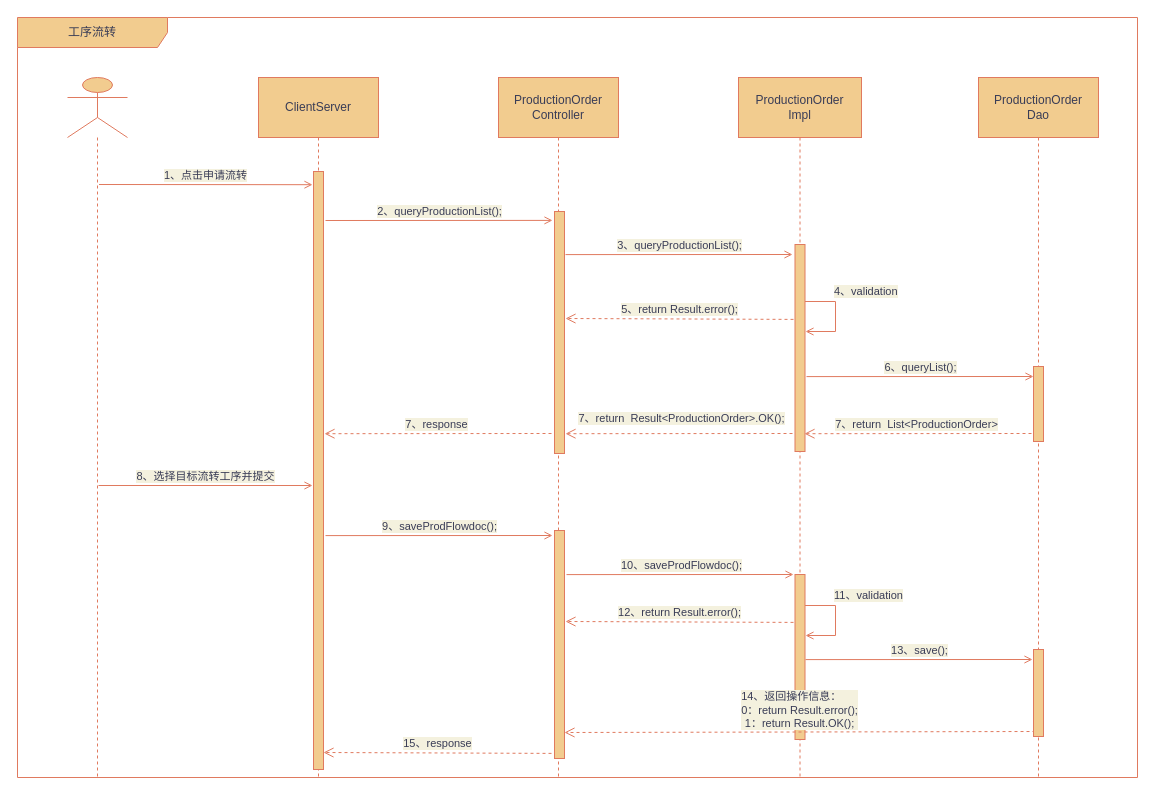
KNAI-I/test keeps this draw.io diagram as page "工序流转" (8 of 9) of 时序图.drawio. Above is the earlier version. Source tidied: cells renumbered, new cells numbered last; positions are measured from the earlier drawing's top-left corner, leaving out a move shared by most shapes. Both pictures are drawn from the tidied source at 100%, with x=0, y=0 at pixel (17, 17).
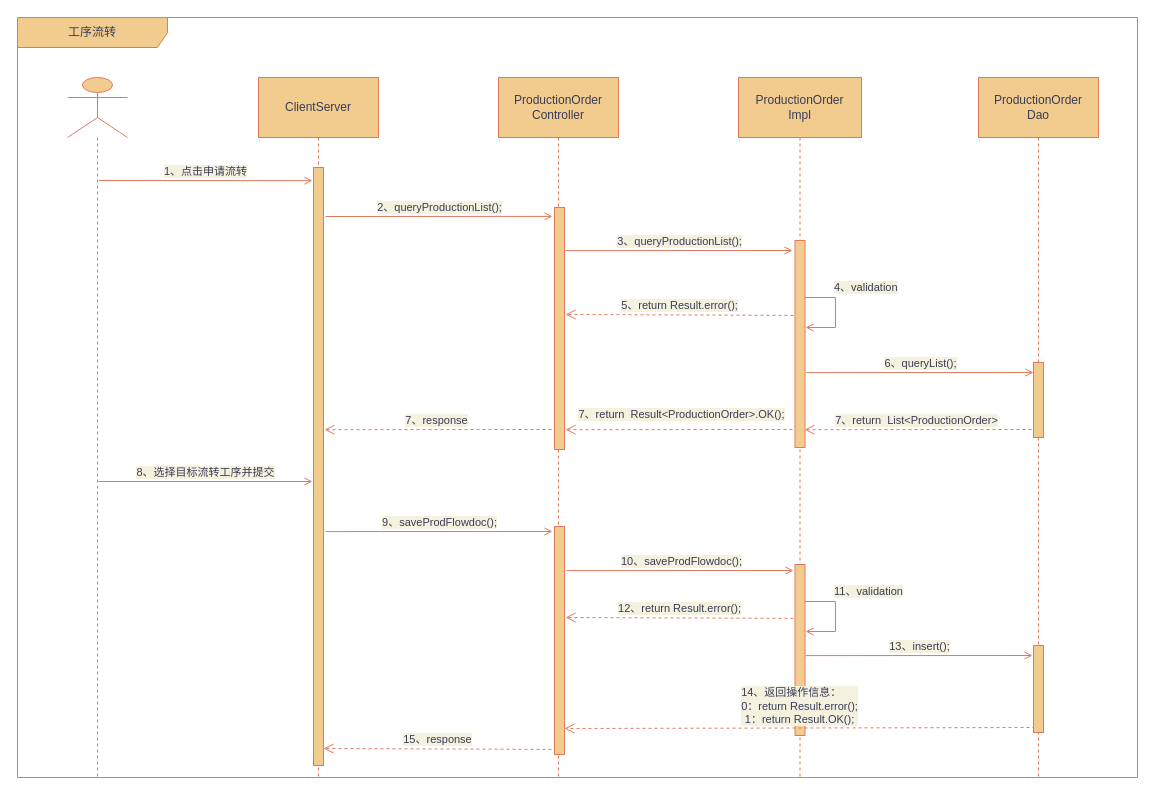
Above is the later version.

The change refers to these unchanged cells:
```xml
<mxCell id="3" value="ClientServer" style="shape=umlLifeline;perimeter=lifelinePerimeter;whiteSpace=wrap;html=1;size=60;fillColor=#F2CC8F;strokeColor=#E07A5F;fontColor=#393C56;" parent="1" vertex="1">
  <mxGeometry x="241" y="60" width="120" height="700" as="geometry" />
</mxCell>
<mxCell id="7" value="ProductionOrder&lt;br&gt;Controller" style="shape=umlLifeline;perimeter=lifelinePerimeter;whiteSpace=wrap;html=1;size=60;fillColor=#F2CC8F;strokeColor=#E07A5F;fontColor=#393C56;" parent="1" vertex="1">
  <mxGeometry x="481" y="60" width="120" height="700" as="geometry" />
</mxCell>
<mxCell id="10" value="ProductionOrder&lt;br&gt;Impl" style="shape=umlLifeline;perimeter=lifelinePerimeter;whiteSpace=wrap;html=1;size=60;fillColor=#F2CC8F;strokeColor=#E07A5F;fontColor=#393C56;" parent="1" vertex="1">
  <mxGeometry x="721" y="60" width="123" height="700" as="geometry" />
</mxCell>
<mxCell id="15" value="ProductionOrder&lt;br&gt;Dao" style="shape=umlLifeline;perimeter=lifelinePerimeter;whiteSpace=wrap;html=1;size=60;fillColor=#F2CC8F;strokeColor=#E07A5F;fontColor=#393C56;" parent="1" vertex="1">
  <mxGeometry x="961" y="60" width="120" height="700" as="geometry" />
</mxCell>
```

The edit, as a diff of the source:
```diff
@@
     <mxCell id="4" style="html=1;perimeter=orthogonalPerimeter;fillColor=#F2CC8F;strokeColor=#E07A5F;fontColor=#393C56;" parent="3" vertex="1">
-      <mxGeometry x="55" y="94" width="10" height="598" as="geometry" />
+      <mxGeometry x="55" y="90" width="10" height="598" as="geometry" />
     </mxCell>
     <mxCell id="5" value="7、response" style="html=1;verticalAlign=bottom;endArrow=open;dashed=1;endSize=8;rounded=0;fontColor=#393C56;strokeColor=#E07A5F;fillColor=#F2CC8F;entryX=0.95;entryY=0.464;entryDx=0;entryDy=0;entryPerimeter=0;labelBackgroundColor=#F4F1DE;" parent="3" edge="1">
       <mxGeometry x="0.01" relative="1" as="geometry">
-        <mxPoint x="293" y="356" as="sourcePoint" />
-        <mxPoint x="66" y="356.2" as="targetPoint" />
+        <mxPoint x="293" y="352" as="sourcePoint" />
+        <mxPoint x="66" y="352.2" as="targetPoint" />
       </mxGeometry>
     </mxCell>
     <mxCell id="6" value="1、点击申请流转" style="html=1;verticalAlign=bottom;endArrow=open;rounded=0;endFill=0;labelBackgroundColor=#F4F1DE;strokeColor=#E07A5F;fontColor=#393C56;entryX=-0.3;entryY=0.004;entryDx=0;entryDy=0;entryPerimeter=0;" parent="1" edge="1">
       <mxGeometry relative="1" as="geometry">
-        <mxPoint x="81.5" y="167" as="sourcePoint" />
-        <mxPoint x="295" y="167.2" as="targetPoint" />
+        <mxPoint x="81.5" y="163" as="sourcePoint" />
+        <mxPoint x="295" y="163.2" as="targetPoint" />
       </mxGeometry>
     </mxCell>
@@
     <mxCell id="8" style="html=1;perimeter=orthogonalPerimeter;fillColor=#F2CC8F;strokeColor=#E07A5F;fontColor=#393C56;" parent="7" vertex="1">
-      <mxGeometry x="56" y="134" width="10" height="242" as="geometry" />
+      <mxGeometry x="56" y="130" width="10" height="242" as="geometry" />
     </mxCell>
     <mxCell id="9" style="html=1;perimeter=orthogonalPerimeter;fontColor=#393C56;strokeColor=#E07A5F;fillColor=#F2CC8F;" parent="7" vertex="1">
-      <mxGeometry x="56" y="453" width="10" height="228" as="geometry" />
+      <mxGeometry x="56" y="449" width="10" height="228" as="geometry" />
     </mxCell>
@@
     <mxCell id="11" style="html=1;perimeter=orthogonalPerimeter;fillColor=#F2CC8F;strokeColor=#E07A5F;fontColor=#393C56;" parent="10" vertex="1">
-      <mxGeometry x="56.5" y="167" width="10" height="207" as="geometry" />
+      <mxGeometry x="56.5" y="163" width="10" height="207" as="geometry" />
     </mxCell>
     <mxCell id="12" value="&lt;span style=&quot;font-size: 11px;&quot;&gt;4、validation&lt;/span&gt;" style="edgeStyle=orthogonalEdgeStyle;html=1;align=left;spacingLeft=2;endArrow=open;rounded=0;fontColor=#393C56;strokeColor=#E07A5F;fillColor=#F2CC8F;endFill=0;labelBackgroundColor=#F4F1DE;" parent="10" edge="1">
       <mxGeometry x="-0.45" y="10" relative="1" as="geometry">
-        <mxPoint x="66.5" y="224" as="sourcePoint" />
-        <mxPoint x="67" y="254" as="targetPoint" />
+        <mxPoint x="66.5" y="220" as="sourcePoint" />
+        <mxPoint x="67" y="250" as="targetPoint" />
         <Array as="points">
-          <mxPoint x="97" y="224" />
-          <mxPoint x="97" y="254" />
-          <mxPoint x="67" y="254" />
+          <mxPoint x="97" y="220" />
+          <mxPoint x="97" y="250" />
+          <mxPoint x="67" y="250" />
         </Array>
       </mxGeometry>
     </mxCell>
     <mxCell id="13" style="html=1;perimeter=orthogonalPerimeter;fontColor=#393C56;strokeColor=#E07A5F;fillColor=#F2CC8F;" parent="10" vertex="1">
-      <mxGeometry x="56.5" y="497" width="10" height="165" as="geometry" />
+      <mxGeometry x="56.5" y="487" width="10" height="171" as="geometry" />
     </mxCell>
     <mxCell id="14" value="&lt;div style=&quot;text-align: left;&quot;&gt;14、返回操作信息：&lt;/div&gt;&lt;span style=&quot;color: rgb(57, 60, 86); text-align: left; background-color: rgb(244, 241, 222);&quot;&gt;0：return Result.error();&lt;/span&gt;&lt;br style=&quot;color: rgb(57, 60, 86); text-align: left;&quot;&gt;&lt;span style=&quot;color: rgb(57, 60, 86); text-align: left; background-color: rgb(244, 241, 222);&quot;&gt;1：return Result.OK();&lt;/span&gt;" style="html=1;verticalAlign=bottom;endArrow=open;dashed=1;endSize=8;exitX=0.1;exitY=0.868;rounded=0;labelBackgroundColor=#F4F1DE;strokeColor=#E07A5F;fontColor=#393C56;exitDx=0;exitDy=0;exitPerimeter=0;entryX=1;entryY=0.823;entryDx=0;entryDy=0;entryPerimeter=0;" parent="10" edge="1">
       <mxGeometry relative="1" as="geometry">
-        <mxPoint x="297" y="654" as="sourcePoint" />
-        <mxPoint x="-174" y="655" as="targetPoint" />
+        <mxPoint x="297" y="650" as="sourcePoint" />
+        <mxPoint x="-174" y="651" as="targetPoint" />
       </mxGeometry>
     </mxCell>
@@
     <mxCell id="16" style="html=1;perimeter=orthogonalPerimeter;fillColor=#F2CC8F;strokeColor=#E07A5F;fontColor=#393C56;" parent="15" vertex="1">
-      <mxGeometry x="55" y="289" width="10" height="75" as="geometry" />
+      <mxGeometry x="55" y="285" width="10" height="75" as="geometry" />
     </mxCell>
     <mxCell id="17" value="7、return&amp;nbsp; List&amp;lt;ProductionOrder&amp;gt;" style="html=1;verticalAlign=bottom;endArrow=open;dashed=1;endSize=8;rounded=0;fontColor=#393C56;strokeColor=#E07A5F;fillColor=#F2CC8F;entryX=0.95;entryY=0.464;entryDx=0;entryDy=0;entryPerimeter=0;labelBackgroundColor=#F4F1DE;" parent="15" edge="1">
       <mxGeometry x="0.01" relative="1" as="geometry">
-        <mxPoint x="53" y="356" as="sourcePoint" />
-        <mxPoint x="-174" y="356.2" as="targetPoint" />
+        <mxPoint x="53" y="352" as="sourcePoint" />
+        <mxPoint x="-174" y="352.2" as="targetPoint" />
       </mxGeometry>
     </mxCell>
     <mxCell id="18" style="html=1;perimeter=orthogonalPerimeter;fontColor=#393C56;strokeColor=#E07A5F;fillColor=#F2CC8F;" parent="15" vertex="1">
-      <mxGeometry x="55" y="572" width="10" height="87" as="geometry" />
+      <mxGeometry x="55" y="568" width="10" height="87" as="geometry" />
     </mxCell>
     <mxCell id="19" value="2、queryProductionList();" style="html=1;verticalAlign=bottom;endArrow=open;rounded=0;fontColor=#393C56;strokeColor=#E07A5F;fillColor=#F2CC8F;endFill=0;entryX=0;entryY=0.01;entryDx=0;entryDy=0;entryPerimeter=0;labelBackgroundColor=#F4F1DE;" parent="1" edge="1">
       <mxGeometry relative="1" as="geometry">
-        <mxPoint x="308" y="203" as="sourcePoint" />
-        <mxPoint x="535" y="202.9" as="targetPoint" />
+        <mxPoint x="308" y="199" as="sourcePoint" />
+        <mxPoint x="535" y="198.9" as="targetPoint" />
       </mxGeometry>
     </mxCell>
     <mxCell id="20" value="3、queryProductionList();" style="html=1;verticalAlign=bottom;endArrow=open;rounded=0;fontColor=#393C56;strokeColor=#E07A5F;fillColor=#F2CC8F;endFill=0;entryX=0;entryY=0.01;entryDx=0;entryDy=0;entryPerimeter=0;labelBackgroundColor=#F4F1DE;" parent="1" edge="1">
       <mxGeometry relative="1" as="geometry">
-        <mxPoint x="548" y="237.1" as="sourcePoint" />
-        <mxPoint x="775" y="237" as="targetPoint" />
+        <mxPoint x="548" y="233.1" as="sourcePoint" />
+        <mxPoint x="775" y="233" as="targetPoint" />
       </mxGeometry>
     </mxCell>
     <mxCell id="21" value="5、return Result.error();" style="html=1;verticalAlign=bottom;endArrow=open;dashed=1;endSize=8;rounded=0;labelBackgroundColor=#F4F1DE;fontColor=#393C56;strokeColor=#E07A5F;fillColor=#F2CC8F;exitX=-0.15;exitY=0.159;exitDx=0;exitDy=0;exitPerimeter=0;" parent="1" edge="1">
       <mxGeometry relative="1" as="geometry">
-        <mxPoint x="776" y="301.9" as="sourcePoint" />
-        <mxPoint x="548" y="301" as="targetPoint" />
+        <mxPoint x="776" y="297.9" as="sourcePoint" />
+        <mxPoint x="548" y="297" as="targetPoint" />
       </mxGeometry>
     </mxCell>
     <mxCell id="22" value="6、queryList();" style="html=1;verticalAlign=bottom;endArrow=open;rounded=0;fontColor=#393C56;strokeColor=#E07A5F;fillColor=#F2CC8F;endFill=0;entryX=0;entryY=0.01;entryDx=0;entryDy=0;entryPerimeter=0;labelBackgroundColor=#F4F1DE;" parent="1" edge="1">
       <mxGeometry relative="1" as="geometry">
-        <mxPoint x="789" y="359.1" as="sourcePoint" />
-        <mxPoint x="1016" y="359" as="targetPoint" />
+        <mxPoint x="789" y="355.1" as="sourcePoint" />
+        <mxPoint x="1016" y="355" as="targetPoint" />
       </mxGeometry>
     </mxCell>
     <mxCell id="23" value="15、response" style="html=1;verticalAlign=bottom;endArrow=open;dashed=1;endSize=8;rounded=0;labelBackgroundColor=#F4F1DE;fontColor=#393C56;strokeColor=#E07A5F;fillColor=#F2CC8F;exitX=-0.15;exitY=0.159;exitDx=0;exitDy=0;exitPerimeter=0;" parent="1" edge="1">
       <mxGeometry relative="1" as="geometry">
-        <mxPoint x="534" y="735.9" as="sourcePoint" />
-        <mxPoint x="306" y="735" as="targetPoint" />
+        <mxPoint x="534" y="731.9" as="sourcePoint" />
+        <mxPoint x="306" y="731" as="targetPoint" />
       </mxGeometry>
     </mxCell>
     <mxCell id="24" value="7、return&amp;nbsp; Result&amp;lt;ProductionOrder&amp;gt;.OK();" style="html=1;verticalAlign=bottom;endArrow=open;dashed=1;endSize=8;rounded=0;fontColor=#393C56;strokeColor=#E07A5F;fillColor=#F2CC8F;entryX=0.95;entryY=0.464;entryDx=0;entryDy=0;entryPerimeter=0;labelBackgroundColor=#F4F1DE;" parent="1" edge="1">
       <mxGeometry x="-0.02" y="-6" relative="1" as="geometry">
-        <mxPoint x="775" y="416" as="sourcePoint" />
-        <mxPoint x="548" y="416.2" as="targetPoint" />
+        <mxPoint x="775" y="412" as="sourcePoint" />
+        <mxPoint x="548" y="412.2" as="targetPoint" />
       </mxGeometry>
     </mxCell>
     <mxCell id="25" value="8、选择目标流转工序并提交" style="html=1;verticalAlign=bottom;endArrow=open;rounded=0;endFill=0;labelBackgroundColor=#F4F1DE;strokeColor=#E07A5F;fontColor=#393C56;" parent="1" edge="1">
       <mxGeometry relative="1" as="geometry">
-        <mxPoint x="81" y="468" as="sourcePoint" />
-        <mxPoint x="295" y="468" as="targetPoint" />
+        <mxPoint x="81" y="464" as="sourcePoint" />
+        <mxPoint x="295" y="464" as="targetPoint" />
       </mxGeometry>
     </mxCell>
     <mxCell id="26" value="9、saveProdFlowdoc();" style="html=1;verticalAlign=bottom;endArrow=open;rounded=0;fontColor=#393C56;strokeColor=#E07A5F;fillColor=#F2CC8F;endFill=0;entryX=0;entryY=0.01;entryDx=0;entryDy=0;entryPerimeter=0;labelBackgroundColor=#F4F1DE;" parent="1" edge="1">
       <mxGeometry relative="1" as="geometry">
-        <mxPoint x="308" y="518.1" as="sourcePoint" />
-        <mxPoint x="535" y="518" as="targetPoint" />
+        <mxPoint x="308" y="514.1" as="sourcePoint" />
+        <mxPoint x="535" y="514" as="targetPoint" />
       </mxGeometry>
     </mxCell>
     <mxCell id="27" value="10、saveProdFlowdoc();" style="html=1;verticalAlign=bottom;endArrow=open;rounded=0;fontColor=#393C56;strokeColor=#E07A5F;fillColor=#F2CC8F;endFill=0;entryX=0;entryY=0.01;entryDx=0;entryDy=0;entryPerimeter=0;labelBackgroundColor=#F4F1DE;" parent="1" edge="1">
       <mxGeometry x="0.01" relative="1" as="geometry">
-        <mxPoint x="549" y="557.1" as="sourcePoint" />
-        <mxPoint x="776" y="557" as="targetPoint" />
+        <mxPoint x="549" y="553.1" as="sourcePoint" />
+        <mxPoint x="776" y="553" as="targetPoint" />
       </mxGeometry>
     </mxCell>
     <mxCell id="28" value="&lt;span style=&quot;font-size: 11px;&quot;&gt;11、validation&lt;/span&gt;" style="edgeStyle=orthogonalEdgeStyle;html=1;align=left;spacingLeft=2;endArrow=open;rounded=0;fontColor=#393C56;strokeColor=#E07A5F;fillColor=#F2CC8F;endFill=0;labelBackgroundColor=#F4F1DE;" parent="1" edge="1">
       <mxGeometry x="-0.45" y="10" relative="1" as="geometry">
-        <mxPoint x="787.5" y="588" as="sourcePoint" />
-        <mxPoint x="788" y="618" as="targetPoint" />
+        <mxPoint x="787.5" y="584" as="sourcePoint" />
+        <mxPoint x="788" y="614" as="targetPoint" />
         <Array as="points">
-          <mxPoint x="818" y="588" />
-          <mxPoint x="818" y="618" />
-          <mxPoint x="788" y="618" />
+          <mxPoint x="818" y="584" />
+          <mxPoint x="818" y="614" />
+          <mxPoint x="788" y="614" />
         </Array>
       </mxGeometry>
     </mxCell>
     <mxCell id="29" value="12、return Result.error();" style="html=1;verticalAlign=bottom;endArrow=open;dashed=1;endSize=8;rounded=0;labelBackgroundColor=#F4F1DE;fontColor=#393C56;strokeColor=#E07A5F;fillColor=#F2CC8F;exitX=-0.15;exitY=0.159;exitDx=0;exitDy=0;exitPerimeter=0;" parent="1" edge="1">
       <mxGeometry relative="1" as="geometry">
-        <mxPoint x="776" y="604.9" as="sourcePoint" />
-        <mxPoint x="548" y="604" as="targetPoint" />
+        <mxPoint x="776" y="600.9" as="sourcePoint" />
+        <mxPoint x="548" y="600" as="targetPoint" />
       </mxGeometry>
     </mxCell>
-    <mxCell id="30" value="13、save();" style="html=1;verticalAlign=bottom;endArrow=open;rounded=0;fontColor=#393C56;strokeColor=#E07A5F;fillColor=#F2CC8F;endFill=0;entryX=0;entryY=0.01;entryDx=0;entryDy=0;entryPerimeter=0;labelBackgroundColor=#F4F1DE;" parent="1" edge="1">
+    <mxCell id="30" value="13、insert();" style="html=1;verticalAlign=bottom;endArrow=open;rounded=0;fontColor=#393C56;strokeColor=#E07A5F;fillColor=#F2CC8F;endFill=0;entryX=0;entryY=0.01;entryDx=0;entryDy=0;entryPerimeter=0;labelBackgroundColor=#F4F1DE;" parent="1" edge="1">
       <mxGeometry relative="1" as="geometry">
-        <mxPoint x="788" y="642.1" as="sourcePoint" />
-        <mxPoint x="1015" y="642" as="targetPoint" />
+        <mxPoint x="788" y="638.1" as="sourcePoint" />
+        <mxPoint x="1015" y="638" as="targetPoint" />
       </mxGeometry>
     </mxCell>
```
